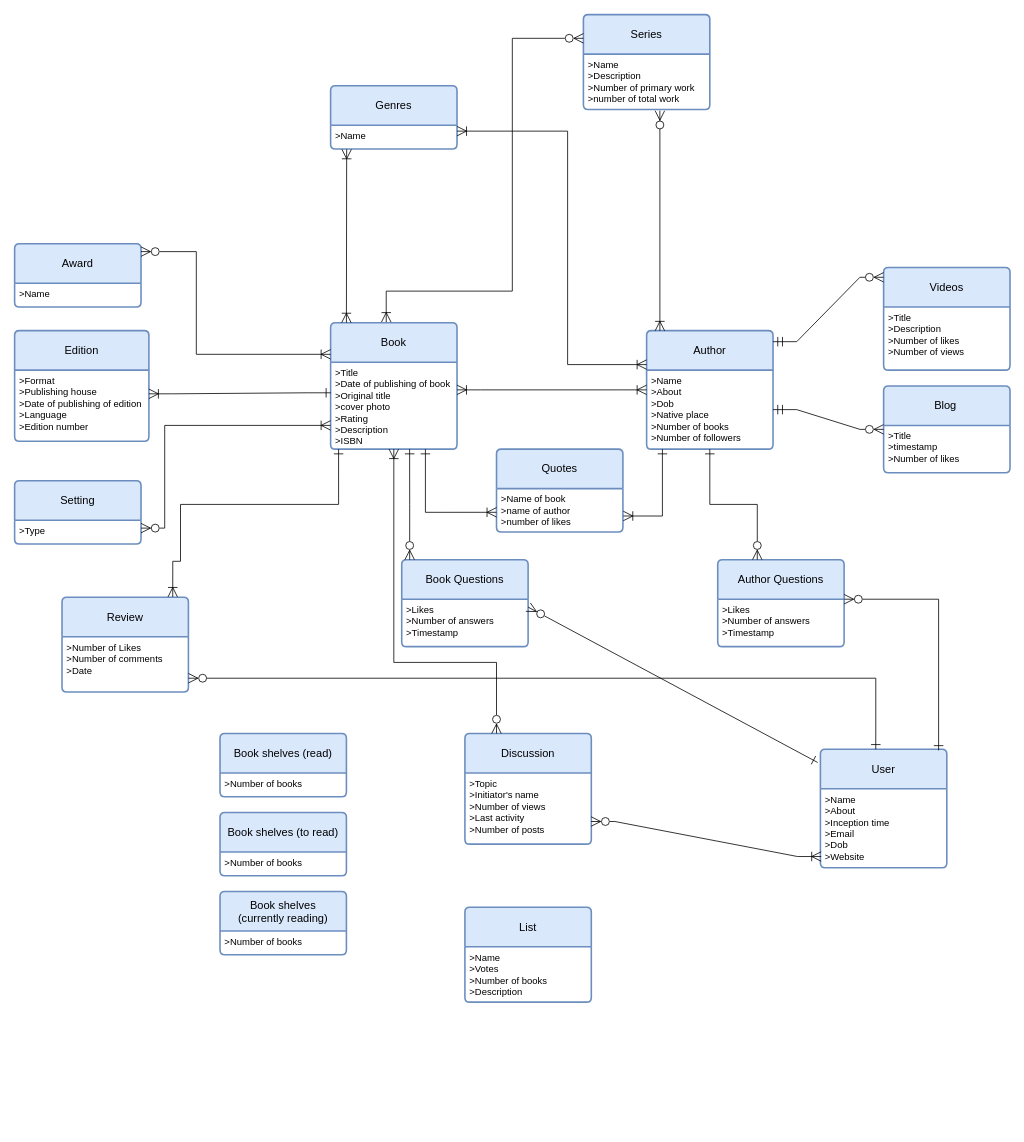
The draw.io diagram Untitled Diagram.drawio in AyushSaxena01/erd, before the edit. Source tidied: cells renumbered, new cells numbered last; positions are measured from the earlier drawing's top-left corner, leaving out a move shared by most shapes. Both pictures are drawn from the tidied source at 79%, with x=0, y=0 at pixel (14, 14).
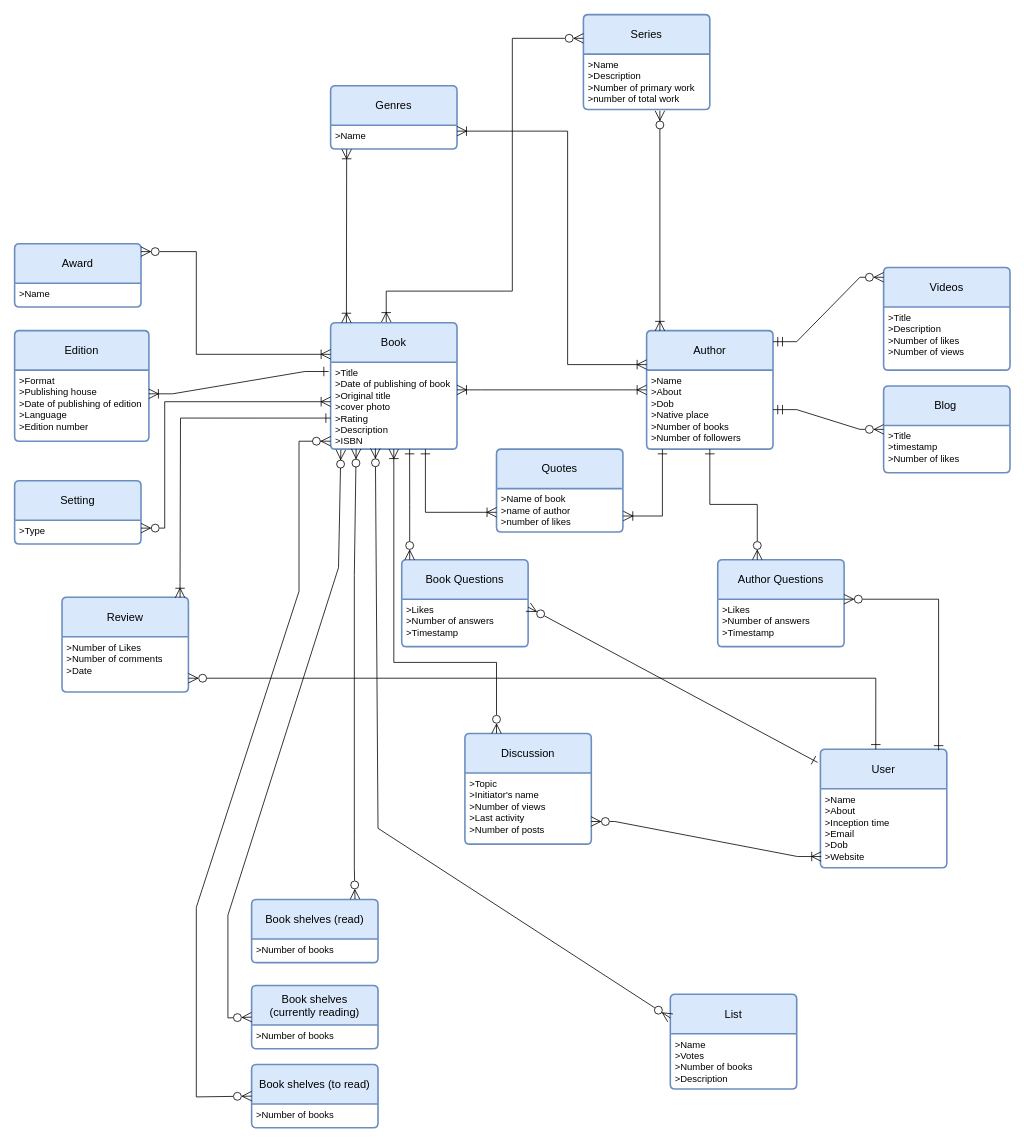
The same page after the edit.

Unchanged cells that the change refers to:
```xml
<mxCell id="3" value="&amp;gt;Title&lt;br&gt;&amp;gt;Date of publishing of book&lt;br&gt;&amp;gt;Original title&lt;br&gt;&amp;gt;cover photo&lt;br&gt;&amp;gt;Rating&lt;br&gt;&amp;gt;Description&lt;br&gt;&amp;gt;ISBN" style="align=left;strokeColor=none;fillColor=none;spacingLeft=4;fontSize=12;verticalAlign=top;html=1;" parent="2" vertex="1">
  <mxGeometry y="50" width="160" height="110" as="geometry" />
</mxCell>
<mxCell id="6" value="Review" style="swimlane;horizontal=1;startSize=50;rounded=1;fontSize=14;fontStyle=0;strokeWidth=2;shadow=0;dashed=0;align=center;arcSize=4;whiteSpace=wrap;html=1;fillColor=#dae8fc;strokeColor=#6c8ebf;" parent="1" vertex="1">
  <mxGeometry x="60" y="737.5" width="160" height="120" as="geometry" />
</mxCell>
<mxCell id="12" value="Setting" style="swimlane;horizontal=1;startSize=50;rounded=1;fontSize=14;fontStyle=0;strokeWidth=2;shadow=0;dashed=0;align=center;arcSize=4;whiteSpace=wrap;html=1;fillColor=#dae8fc;strokeColor=#6c8ebf;" parent="1" vertex="1">
  <mxGeometry y="590" width="160" height="80" as="geometry" />
</mxCell>
```

The edit, as a diff of the source:
```diff
@@
     <mxCell id="24" value="List" style="swimlane;horizontal=1;startSize=50;rounded=1;fontSize=14;fontStyle=0;strokeWidth=2;shadow=0;dashed=0;align=center;arcSize=4;whiteSpace=wrap;html=1;fillColor=#dae8fc;strokeColor=#6c8ebf;" parent="1" vertex="1">
-      <mxGeometry x="570" y="1130" width="160" height="120" as="geometry" />
+      <mxGeometry x="830" y="1240" width="160" height="120" as="geometry" />
     </mxCell>
@@
     <mxCell id="28" value="Book shelves (read)" style="swimlane;horizontal=1;startSize=50;rounded=1;fontSize=14;fontStyle=0;strokeWidth=2;shadow=0;dashed=0;align=center;arcSize=4;whiteSpace=wrap;html=1;fillColor=#dae8fc;strokeColor=#6c8ebf;" parent="1" vertex="1">
-      <mxGeometry x="260" y="910" width="160" height="80" as="geometry" />
+      <mxGeometry x="300" y="1120" width="160" height="80" as="geometry" />
     </mxCell>
@@
     <mxCell id="30" value="Book shelves (to read)" style="swimlane;horizontal=1;startSize=50;rounded=1;fontSize=14;fontStyle=0;strokeWidth=2;shadow=0;dashed=0;align=center;arcSize=4;whiteSpace=wrap;html=1;fillColor=#dae8fc;strokeColor=#6c8ebf;" parent="1" vertex="1">
-      <mxGeometry x="260" y="1010" width="160" height="80" as="geometry" />
+      <mxGeometry x="300" y="1329" width="160" height="80" as="geometry" />
     </mxCell>
@@
     <mxCell id="32" value="Book shelves &lt;br&gt;(currently reading)" style="swimlane;horizontal=1;startSize=50;rounded=1;fontSize=14;fontStyle=0;strokeWidth=2;shadow=0;dashed=0;align=center;arcSize=4;whiteSpace=wrap;html=1;fillColor=#dae8fc;strokeColor=#6c8ebf;" parent="1" vertex="1">
-      <mxGeometry x="260" y="1110" width="160" height="80" as="geometry" />
+      <mxGeometry x="300" y="1229" width="160" height="80" as="geometry" />
     </mxCell>
@@
-    <mxCell id="39" style="edgeStyle=orthogonalEdgeStyle;fontSize=12;html=1;endArrow=ERzeroToMany;startArrow=ERoneToMany;rounded=0;endSize=10;startSize=10;endFill=0;entryX=1;entryY=0.75;entryDx=0;entryDy=0;exitX=0;exitY=0.727;exitDx=0;exitDy=0;exitPerimeter=0;" parent="1" edge="1" source="3" target="12">
+    <mxCell id="39" style="edgeStyle=orthogonalEdgeStyle;fontSize=12;html=1;endArrow=ERzeroToMany;startArrow=ERoneToMany;rounded=0;endSize=10;startSize=10;endFill=0;entryX=1;entryY=0.75;entryDx=0;entryDy=0;" parent="1" edge="1" target="12">
       <mxGeometry relative="1" as="geometry">
+        <mxPoint x="400" y="490" as="sourcePoint" />
         <Array as="points">
-          <mxPoint x="190" y="520" />
+          <mxPoint x="400" y="490" />
+          <mxPoint x="190" y="490" />
           <mxPoint x="190" y="650" />
         </Array>
       </mxGeometry>
     </mxCell>
@@
-    <mxCell id="47" style="edgeStyle=entityRelationEdgeStyle;fontSize=12;html=1;endArrow=ERone;endFill=0;rounded=0;startArrow=ERoneToMany;startFill=0;jumpSize=6;startSize=10;endSize=10;entryX=0.002;entryY=0.352;entryDx=0;entryDy=0;entryPerimeter=0;" parent="1" edge="1" target="3">
+    <mxCell id="47" style="edgeStyle=entityRelationEdgeStyle;fontSize=12;html=1;endArrow=ERone;endFill=0;rounded=0;startArrow=ERoneToMany;startFill=0;jumpSize=6;startSize=10;endSize=10;entryX=-0.016;entryY=0.107;entryDx=0;entryDy=0;entryPerimeter=0;" parent="1" edge="1" target="3">
       <mxGeometry relative="1" as="geometry">
         <mxPoint x="170" y="480" as="sourcePoint" />
       </mxGeometry>
     </mxCell>
-    <mxCell id="48" style="edgeStyle=orthogonalEdgeStyle;fontSize=12;html=1;endArrow=ERone;startArrow=ERoneToMany;rounded=0;entryX=0.063;entryY=1;entryDx=0;entryDy=0;entryPerimeter=0;exitX=0.876;exitY=-0.003;exitDx=0;exitDy=0;exitPerimeter=0;endSize=10;startSize=10;endFill=0;startFill=0;" parent="1" edge="1" source="6" target="3">
+    <mxCell id="48" style="edgeStyle=orthogonalEdgeStyle;fontSize=12;html=1;endArrow=ERone;startArrow=ERoneToMany;rounded=0;exitX=0.934;exitY=0.005;exitDx=0;exitDy=0;exitPerimeter=0;endSize=10;startSize=10;endFill=0;startFill=0;entryX=0;entryY=0.643;entryDx=0;entryDy=0;entryPerimeter=0;" parent="1" edge="1" source="6" target="3">
       <mxGeometry relative="1" as="geometry">
         <Array as="points">
-          <mxPoint x="200" y="692" />
-          <mxPoint x="210" y="692" />
-          <mxPoint x="210" y="620" />
-          <mxPoint x="410" y="620" />
+          <mxPoint x="209" y="720" />
+          <mxPoint x="210" y="720" />
+          <mxPoint x="210" y="511" />
         </Array>
       </mxGeometry>
     </mxCell>
@@
+    <mxCell id="60" style="fontSize=12;html=1;endArrow=ERzeroToMany;endFill=1;rounded=0;entryX=0.354;entryY=0.993;entryDx=0;entryDy=0;entryPerimeter=0;endSize=10;startSize=10;startArrow=ERzeroToMany;startFill=0;exitX=0;exitY=0.25;exitDx=0;exitDy=0;" parent="1" edge="1" source="24" target="3">
+      <mxGeometry relative="1" as="geometry">
+        <Array as="points">
+          <mxPoint x="460" y="1030" />
+        </Array>
+      </mxGeometry>
+    </mxCell>
+    <mxCell id="61" style="fontSize=12;html=1;endArrow=ERzeroToMany;endFill=1;rounded=0;entryX=0.202;entryY=0.997;entryDx=0;entryDy=0;entryPerimeter=0;endSize=10;startSize=10;startArrow=ERzeroToMany;startFill=0;exitX=0.818;exitY=-0.004;exitDx=0;exitDy=0;exitPerimeter=0;" parent="1" edge="1" source="28" target="3">
+      <mxGeometry relative="1" as="geometry">
+        <Array as="points">
+          <mxPoint x="430" y="1080" />
+          <mxPoint x="430" y="1040" />
+          <mxPoint x="430" y="950" />
+          <mxPoint x="430" y="710" />
+        </Array>
+      </mxGeometry>
+    </mxCell>
+    <mxCell id="62" style="fontSize=12;html=1;endArrow=ERzeroToMany;endFill=1;rounded=0;endSize=10;startSize=10;startArrow=ERzeroToMany;startFill=0;exitX=0;exitY=0.5;exitDx=0;exitDy=0;entryX=0.081;entryY=1.009;entryDx=0;entryDy=0;entryPerimeter=0;" parent="1" edge="1" source="32" target="3">
+      <mxGeometry relative="1" as="geometry">
+        <Array as="points">
+          <mxPoint x="270" y="1270" />
+          <mxPoint x="270" y="1140" />
+          <mxPoint x="410" y="700" />
+        </Array>
+      </mxGeometry>
+    </mxCell>
+    <mxCell id="63" style="fontSize=12;html=1;endArrow=ERzeroToMany;endFill=1;rounded=0;endSize=10;startSize=10;startArrow=ERzeroToMany;startFill=0;entryX=0;entryY=0.909;entryDx=0;entryDy=0;entryPerimeter=0;exitX=0;exitY=0.5;exitDx=0;exitDy=0;" parent="1" edge="1" source="30" target="3">
+      <mxGeometry relative="1" as="geometry">
+        <Array as="points">
+          <mxPoint x="230" y="1370" />
+          <mxPoint x="230" y="1130" />
+          <mxPoint x="360" y="730" />
+          <mxPoint x="360" y="540" />
+        </Array>
+      </mxGeometry>
+    </mxCell>
```
